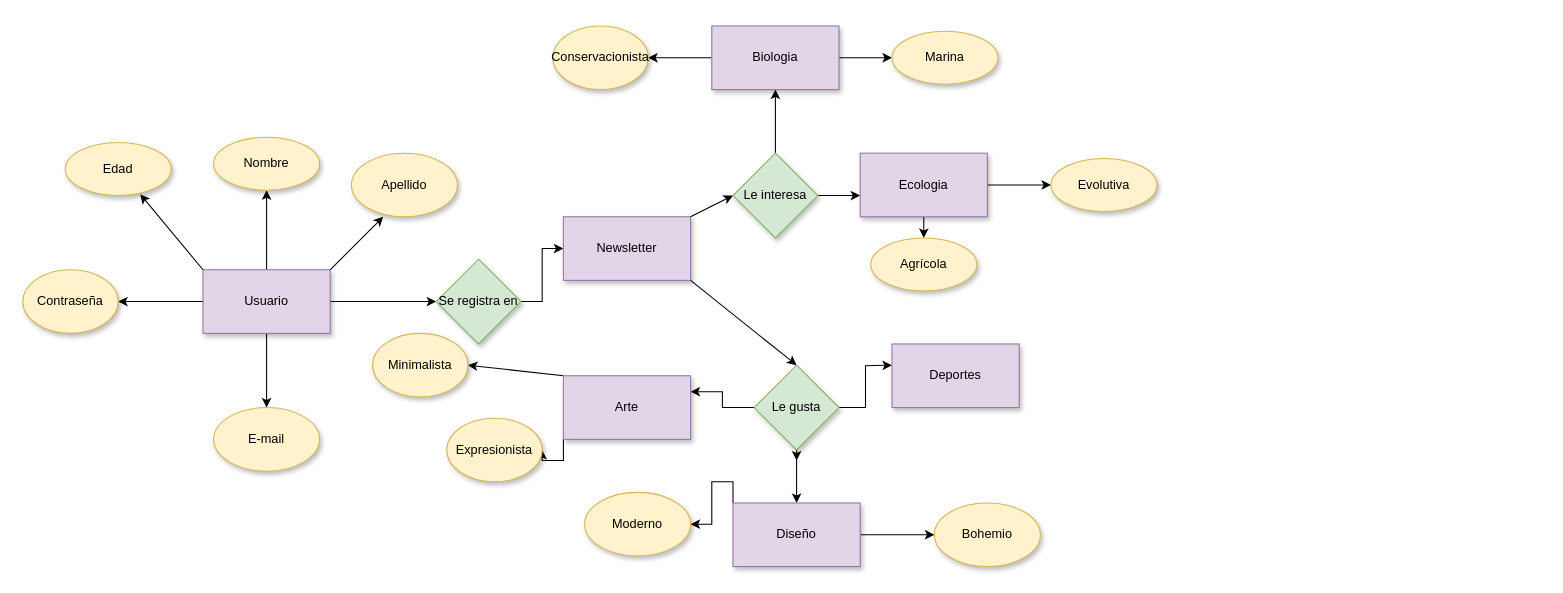
The draw.io diagram DiseñoConceptualBasedeDatos.drawio in Reikfoutl/Angular-Frontend, before the edit. Source tidied: cells renumbered, new cells numbered last; positions are measured from the earlier drawing's top-left corner, leaving out a move shared by most shapes. Both pictures are drawn from the tidied source at 106%, with x=0, y=0 at pixel (22, 25).
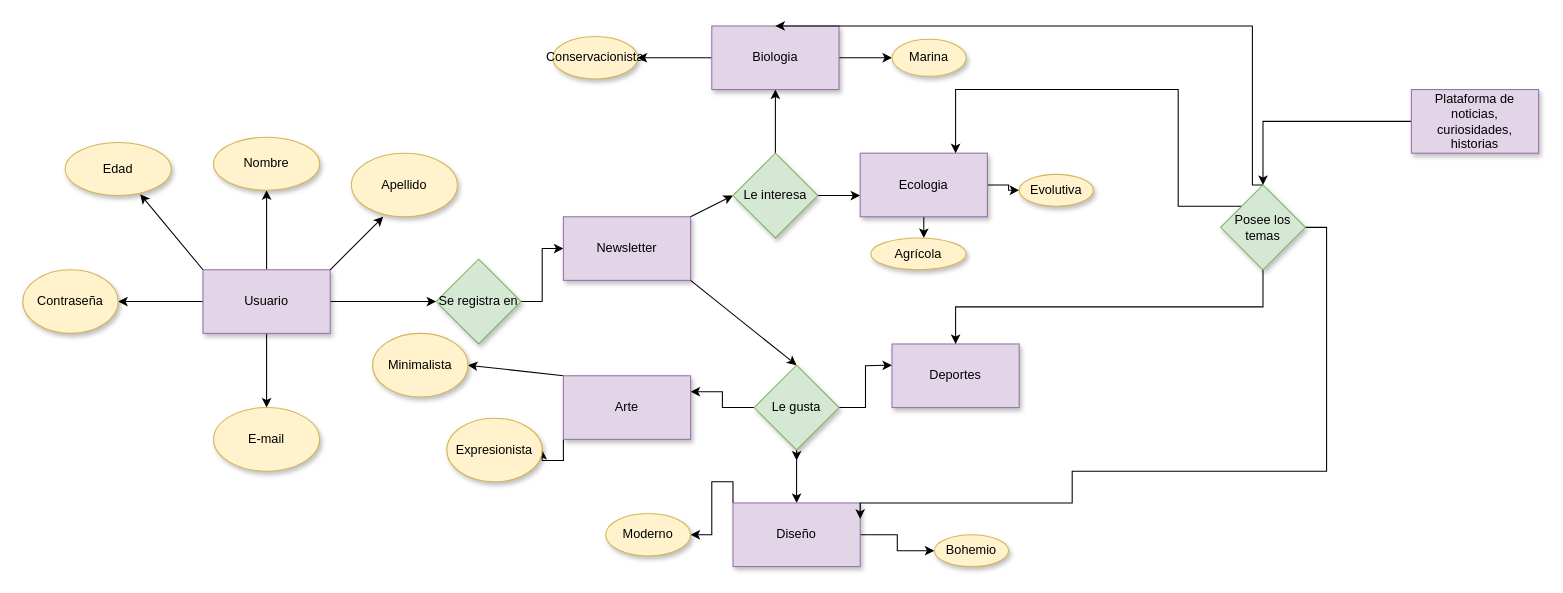
The same page after the edit.

The change refers to these unchanged cells:
```xml
<mxCell id="30" value="Biologia" style="rounded=0;whiteSpace=wrap;html=1;shadow=1;glass=0;sketch=0;fillColor=#e1d5e7;strokeColor=#9673a6;" parent="1" vertex="1">
  <mxGeometry x="650" width="120" height="60" as="geometry" />
</mxCell>
<mxCell id="33" value="Ecologia" style="rounded=0;whiteSpace=wrap;html=1;shadow=1;glass=0;sketch=0;fillColor=#e1d5e7;strokeColor=#9673a6;" parent="1" vertex="1">
  <mxGeometry x="790" y="120" width="120" height="60" as="geometry" />
</mxCell>
<mxCell id="36" value="Diseño" style="rounded=0;whiteSpace=wrap;html=1;shadow=1;glass=0;sketch=0;fillColor=#e1d5e7;strokeColor=#9673a6;" parent="1" vertex="1">
  <mxGeometry x="670" y="450" width="120" height="60" as="geometry" />
</mxCell>
<mxCell id="37" value="Deportes" style="rounded=0;whiteSpace=wrap;html=1;shadow=1;glass=0;sketch=0;fillColor=#e1d5e7;strokeColor=#9673a6;" parent="1" vertex="1">
  <mxGeometry x="820" y="300" width="120" height="60" as="geometry" />
</mxCell>
```

Diff of the diagram source:
```diff
@@
     <mxCell id="38" value="Moderno" style="ellipse;whiteSpace=wrap;html=1;rounded=0;shadow=1;glass=0;sketch=0;fillColor=#fff2cc;strokeColor=#d6b656;" parent="1" vertex="1">
-      <mxGeometry x="530" y="440" width="100" height="60" as="geometry" />
+      <mxGeometry x="550" y="460" width="80" height="40" as="geometry" />
     </mxCell>
     <mxCell id="39" value="Bohemio" style="ellipse;whiteSpace=wrap;html=1;rounded=0;shadow=1;glass=0;sketch=0;fillColor=#fff2cc;strokeColor=#d6b656;" parent="1" vertex="1">
-      <mxGeometry x="860" y="450" width="100" height="60" as="geometry" />
+      <mxGeometry x="860" y="480" width="70" height="30" as="geometry" />
     </mxCell>
     <mxCell id="40" value="Marina" style="ellipse;whiteSpace=wrap;html=1;rounded=0;shadow=1;glass=0;sketch=0;fillColor=#fff2cc;strokeColor=#d6b656;" parent="1" vertex="1">
-      <mxGeometry x="820" y="5" width="100" height="50" as="geometry" />
+      <mxGeometry x="820" y="12.5" width="70" height="35" as="geometry" />
     </mxCell>
     <mxCell id="41" value="Agrícola" style="ellipse;whiteSpace=wrap;html=1;rounded=0;shadow=1;glass=0;sketch=0;fillColor=#fff2cc;strokeColor=#d6b656;" parent="1" vertex="1">
-      <mxGeometry x="800" y="200" width="100" height="50" as="geometry" />
+      <mxGeometry x="800" y="200" width="90" height="30" as="geometry" />
     </mxCell>
     <mxCell id="42" value="Evolutiva" style="ellipse;whiteSpace=wrap;html=1;rounded=0;shadow=1;glass=0;sketch=0;fillColor=#fff2cc;strokeColor=#d6b656;" parent="1" vertex="1">
-      <mxGeometry x="970" y="125" width="100" height="50" as="geometry" />
+      <mxGeometry x="940" y="140" width="70" height="30" as="geometry" />
     </mxCell>
     <mxCell id="43" value="Conservacionista" style="ellipse;whiteSpace=wrap;html=1;rounded=0;shadow=1;glass=0;sketch=0;fillColor=#fff2cc;strokeColor=#d6b656;" parent="1" vertex="1">
-      <mxGeometry x="500" width="90" height="60" as="geometry" />
+      <mxGeometry x="500" y="10" width="80" height="40" as="geometry" />
     </mxCell>
@@
+    <mxCell id="48" style="edgeStyle=orthogonalEdgeStyle;rounded=0;jettySize=auto;html=1;exitX=0.5;exitY=0;exitDx=0;exitDy=0;entryX=0.5;entryY=0;entryDx=0;entryDy=0;" parent="1" edge="1" source="52" target="30">
+      <mxGeometry relative="1" as="geometry">
+        <Array as="points">
+          <mxPoint x="1160" y="150" />
+          <mxPoint x="1160" />
+        </Array>
+      </mxGeometry>
+    </mxCell>
+    <mxCell id="49" style="edgeStyle=orthogonalEdgeStyle;rounded=0;jettySize=auto;html=1;exitX=0.5;exitY=1;exitDx=0;exitDy=0;" parent="1" edge="1" source="52" target="37">
+      <mxGeometry relative="1" as="geometry" />
+    </mxCell>
+    <mxCell id="50" style="edgeStyle=orthogonalEdgeStyle;rounded=0;jettySize=auto;html=1;exitX=1;exitY=0.5;exitDx=0;exitDy=0;entryX=1;entryY=0.25;entryDx=0;entryDy=0;" parent="1" edge="1" source="52" target="36">
+      <mxGeometry relative="1" as="geometry">
+        <Array as="points">
+          <mxPoint x="1230" y="190" />
+          <mxPoint x="1230" y="420" />
+          <mxPoint x="990" y="420" />
+          <mxPoint x="990" y="450" />
+          <mxPoint x="790" y="450" />
+        </Array>
+      </mxGeometry>
+    </mxCell>
+    <mxCell id="51" style="edgeStyle=orthogonalEdgeStyle;rounded=0;jettySize=auto;html=1;exitX=0;exitY=0;exitDx=0;exitDy=0;entryX=0.75;entryY=0;entryDx=0;entryDy=0;" parent="1" edge="1" source="52" target="33">
+      <mxGeometry relative="1" as="geometry">
+        <Array as="points">
+          <mxPoint x="1090" y="170" />
+          <mxPoint x="1090" y="60" />
+          <mxPoint x="880" y="60" />
+        </Array>
+      </mxGeometry>
+    </mxCell>
+    <mxCell id="52" value="Posee los temas" style="rhombus;whiteSpace=wrap;html=1;rounded=0;shadow=1;glass=0;sketch=0;fillColor=#d5e8d4;strokeColor=#82b366;" parent="1" vertex="1">
+      <mxGeometry x="1130" y="150" width="80" height="80" as="geometry" />
+    </mxCell>
+    <mxCell id="53" style="edgeStyle=orthogonalEdgeStyle;rounded=0;jettySize=auto;html=1;" parent="1" edge="1" source="54" target="52">
+      <mxGeometry relative="1" as="geometry" />
+    </mxCell>
+    <mxCell id="54" value="Plataforma de noticias, curiosidades, historias" style="rounded=0;whiteSpace=wrap;html=1;shadow=1;glass=0;sketch=0;fillColor=#e1d5e7;strokeColor=#9673a6;" parent="1" vertex="1">
+      <mxGeometry x="1310" y="60" width="120" height="60" as="geometry" />
+    </mxCell>
```
